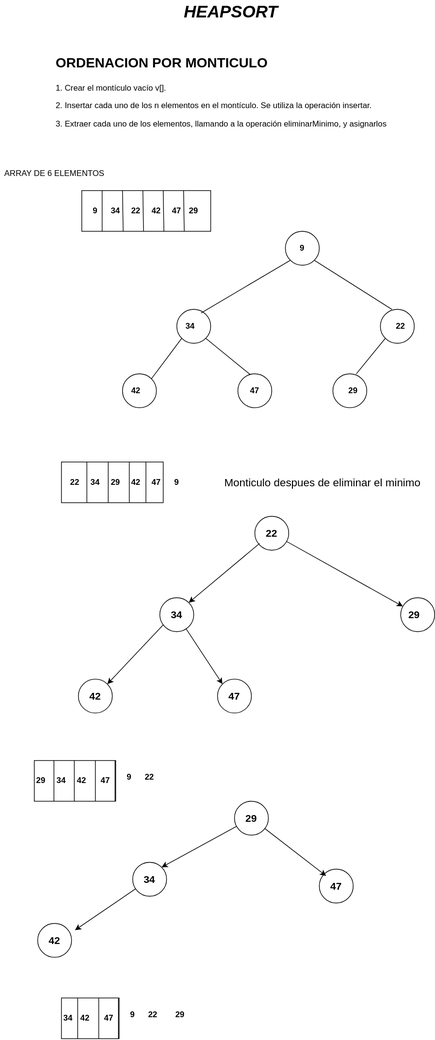
Nordcode-cyber/Algoritmos-Estructdatos keeps this draw.io diagram as Algoritmos/Heapsort/Heapsort.drawio.svg. Above is the earlier version. Source tidied: cells renumbered, new cells last; positions are measured from the earlier drawing's top-left corner, leaving out a move shared by most shapes.
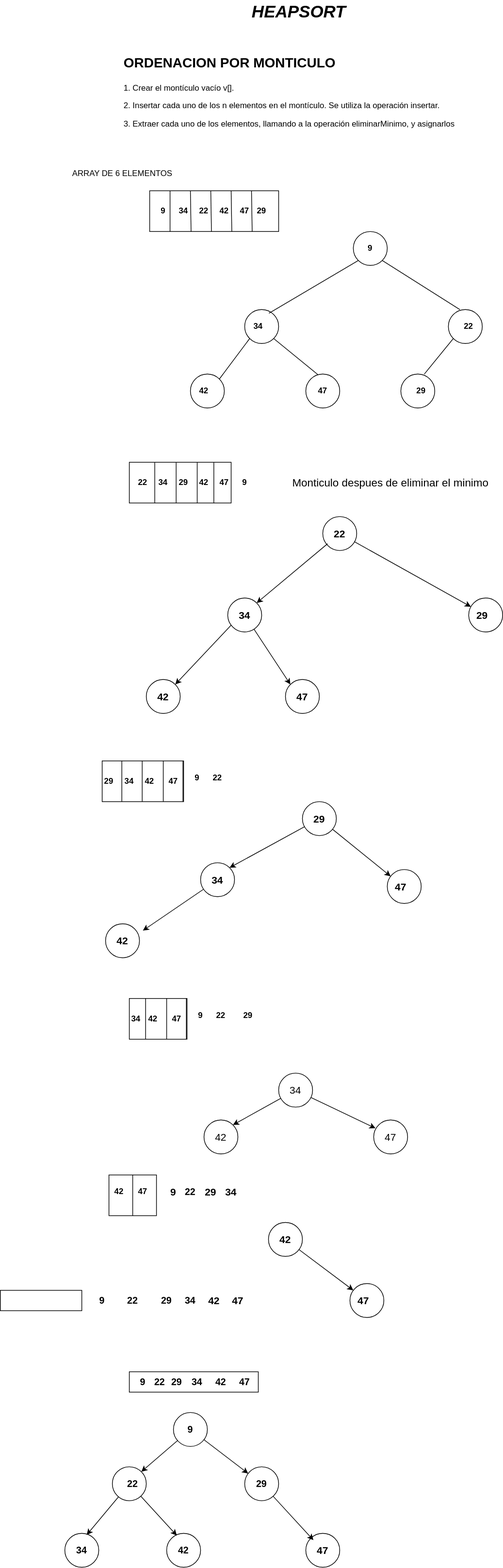
The same file after the commit.

What changed in the source:
```diff
@@ -261,7 +261,7 @@
       <mxGeometry x="470" y="1280" width="50" height="50" as="geometry" />
     </mxCell>
     <mxCell id="76" value="&lt;b&gt;&lt;font style=&quot;color: light-dark(rgb(0, 0, 0), rgb(0, 0, 255)); font-size: 15px;&quot;&gt;47&lt;/font&gt;&lt;/b&gt;" style="text;html=1;align=center;verticalAlign=middle;whiteSpace=wrap;rounded=0;" parent="1" vertex="1">
-      <mxGeometry x="465" y="1290" width="60" height="30" as="geometry" />
+      <mxGeometry x="460" y="1290" width="60" height="30" as="geometry" />
     </mxCell>
     <mxCell id="77" value="&lt;b&gt;&lt;font style=&quot;color: light-dark(rgb(0, 0, 0), rgb(0, 0, 255)); font-size: 15px;&quot;&gt;34&lt;/font&gt;&lt;/b&gt;" style="text;html=1;align=center;verticalAlign=middle;whiteSpace=wrap;rounded=0;" parent="1" vertex="1">
       <mxGeometry x="190" y="1280" width="60" height="30" as="geometry" />
@@ -317,5 +317,164 @@
     <mxCell id="91" value="&lt;b&gt;&lt;font style=&quot;color: light-dark(rgb(0, 0, 0), rgb(0, 0, 255));&quot;&gt;47&lt;/font&gt;&lt;/b&gt;" style="text;html=1;align=center;verticalAlign=middle;whiteSpace=wrap;rounded=0;" parent="1" vertex="1">
       <mxGeometry x="130" y="1485" width="60" height="30" as="geometry" />
     </mxCell>
+    <mxCell id="92" style="edgeStyle=none;html=1;entryX=1;entryY=0;entryDx=0;entryDy=0;" parent="1" edge="1" source="93" target="95">
+      <mxGeometry relative="1" as="geometry" />
+    </mxCell>
+    <mxCell id="93" style="ellipse;whiteSpace=wrap;html=1;fillColor=none;" parent="1" vertex="1">
+      <mxGeometry x="310" y="1580" width="50" height="50" as="geometry" />
+    </mxCell>
+    <mxCell id="94" style="ellipse;whiteSpace=wrap;html=1;fillColor=none;" parent="1" vertex="1">
+      <mxGeometry x="450" y="1649" width="50" height="50" as="geometry" />
+    </mxCell>
+    <mxCell id="95" style="ellipse;whiteSpace=wrap;html=1;fillColor=none;" parent="1" vertex="1">
+      <mxGeometry x="200" y="1649" width="50" height="50" as="geometry" />
+    </mxCell>
+    <mxCell id="96" value="&lt;font style=&quot;color: light-dark(rgb(0, 0, 0), rgb(0, 0, 255)); font-size: 15px;&quot;&gt;34&lt;/font&gt;" style="text;html=1;align=center;verticalAlign=middle;whiteSpace=wrap;rounded=0;" parent="1" vertex="1">
+      <mxGeometry x="305" y="1590" width="60" height="30" as="geometry" />
+    </mxCell>
+    <mxCell id="97" value="&lt;font style=&quot;font-size: 15px; color: light-dark(rgb(0, 0, 0), rgb(0, 0, 255));&quot;&gt;42&lt;/font&gt;" style="text;html=1;align=center;verticalAlign=middle;whiteSpace=wrap;rounded=0;" parent="1" vertex="1">
+      <mxGeometry x="195" y="1659" width="60" height="30" as="geometry" />
+    </mxCell>
+    <mxCell id="98" value="&lt;font style=&quot;color: light-dark(rgb(0, 0, 0), rgb(0, 0, 255)); font-size: 15px;&quot;&gt;47&lt;/font&gt;" style="text;html=1;align=center;verticalAlign=middle;whiteSpace=wrap;rounded=0;" parent="1" vertex="1">
+      <mxGeometry x="445" y="1659" width="60" height="30" as="geometry" />
+    </mxCell>
+    <mxCell id="99" style="edgeStyle=none;html=1;entryX=0.127;entryY=0.073;entryDx=0;entryDy=0;entryPerimeter=0;" parent="1" edge="1" source="93" target="98">
+      <mxGeometry relative="1" as="geometry" />
+    </mxCell>
+    <mxCell id="100" style="rounded=0;whiteSpace=wrap;html=1;fillColor=none;" parent="1" vertex="1">
+      <mxGeometry x="60" y="1730" width="70" height="60" as="geometry" />
+    </mxCell>
+    <mxCell id="101" style="endArrow=none;html=1;" parent="1" edge="1">
+      <mxGeometry relative="1" as="geometry">
+        <mxPoint x="95" y="1790" as="sourcePoint" />
+        <mxPoint x="95" y="1730" as="targetPoint" />
+      </mxGeometry>
+    </mxCell>
+    <mxCell id="102" value="&lt;b&gt;&lt;font style=&quot;color: light-dark(rgb(0, 0, 0), rgb(0, 0, 255)); font-size: 15px;&quot;&gt;29&lt;/font&gt;&lt;/b&gt;" style="text;html=1;align=center;verticalAlign=middle;whiteSpace=wrap;rounded=0;" parent="1" vertex="1">
+      <mxGeometry x="180" y="1740" width="60" height="30" as="geometry" />
+    </mxCell>
+    <mxCell id="103" value="&lt;b&gt;&lt;font style=&quot;color: light-dark(rgb(0, 0, 0), rgb(0, 0, 255)); font-size: 15px;&quot;&gt;9&lt;/font&gt;&lt;/b&gt;" style="text;html=1;align=center;verticalAlign=middle;whiteSpace=wrap;rounded=0;" parent="1" vertex="1">
+      <mxGeometry x="125" y="1740" width="60" height="30" as="geometry" />
+    </mxCell>
+    <mxCell id="104" value="&lt;b&gt;&lt;font style=&quot;color: light-dark(rgb(0, 0, 0), rgb(0, 0, 255)); font-size: 14px;&quot;&gt;22&lt;/font&gt;&lt;/b&gt;" style="text;html=1;align=center;verticalAlign=middle;whiteSpace=wrap;rounded=0;" parent="1" vertex="1">
+      <mxGeometry x="150" y="1740" width="60" height="30" as="geometry" />
+    </mxCell>
+    <mxCell id="105" value="&lt;b&gt;&lt;font style=&quot;color: light-dark(rgb(0, 0, 0), rgb(0, 0, 255)); font-size: 15px;&quot;&gt;34&lt;/font&gt;&lt;/b&gt;" style="text;html=1;align=center;verticalAlign=middle;whiteSpace=wrap;rounded=0;" parent="1" vertex="1">
+      <mxGeometry x="210" y="1740" width="60" height="30" as="geometry" />
+    </mxCell>
+    <mxCell id="106" value="&lt;b&gt;&lt;font style=&quot;color: light-dark(rgb(0, 0, 0), rgb(0, 0, 255));&quot;&gt;42&lt;/font&gt;&lt;/b&gt;" style="text;html=1;align=center;verticalAlign=middle;whiteSpace=wrap;rounded=0;" parent="1" vertex="1">
+      <mxGeometry x="45" y="1740" width="60" height="30" as="geometry" />
+    </mxCell>
+    <mxCell id="107" value="&lt;b&gt;&lt;font style=&quot;color: light-dark(rgb(0, 0, 0), rgb(0, 0, 255));&quot;&gt;47&lt;/font&gt;&lt;/b&gt;" style="text;html=1;align=center;verticalAlign=middle;whiteSpace=wrap;rounded=0;" parent="1" vertex="1">
+      <mxGeometry x="80" y="1740" width="60" height="30" as="geometry" />
+    </mxCell>
+    <mxCell id="108" style="edgeStyle=none;html=1;entryX=0.25;entryY=0;entryDx=0;entryDy=0;" parent="1" edge="1" source="109" target="112">
+      <mxGeometry relative="1" as="geometry" />
+    </mxCell>
+    <mxCell id="109" style="ellipse;whiteSpace=wrap;html=1;fillColor=none;" parent="1" vertex="1">
+      <mxGeometry x="295" y="1800" width="50" height="50" as="geometry" />
+    </mxCell>
+    <mxCell id="110" style="ellipse;whiteSpace=wrap;html=1;fillColor=none;" parent="1" vertex="1">
+      <mxGeometry x="415" y="1890" width="50" height="50" as="geometry" />
+    </mxCell>
+    <mxCell id="111" value="&lt;b&gt;&lt;font style=&quot;color: light-dark(rgb(0, 0, 0), rgb(0, 0, 255)); font-size: 15px;&quot;&gt;42&lt;/font&gt;&lt;/b&gt;" style="text;html=1;align=center;verticalAlign=middle;whiteSpace=wrap;rounded=0;" parent="1" vertex="1">
+      <mxGeometry x="290" y="1810" width="60" height="30" as="geometry" />
+    </mxCell>
+    <mxCell id="112" value="&lt;b&gt;&lt;font style=&quot;color: light-dark(rgb(0, 0, 0), rgb(0, 0, 255)); font-size: 15px;&quot;&gt;47&lt;/font&gt;&lt;/b&gt;" style="text;html=1;align=center;verticalAlign=middle;whiteSpace=wrap;rounded=0;" parent="1" vertex="1">
+      <mxGeometry x="405" y="1900" width="60" height="30" as="geometry" />
+    </mxCell>
+    <mxCell id="113" value="&lt;b&gt;&lt;font style=&quot;color: light-dark(rgb(0, 0, 0), rgb(0, 0, 255)); font-size: 15px;&quot;&gt;42&lt;/font&gt;&lt;/b&gt;" style="text;html=1;align=center;verticalAlign=middle;whiteSpace=wrap;rounded=0;" parent="1" vertex="1">
+      <mxGeometry x="185" y="1900" width="60" height="30" as="geometry" />
+    </mxCell>
+    <mxCell id="114" value="&lt;b&gt;&lt;font style=&quot;color: light-dark(rgb(0, 0, 0), rgb(0, 0, 255)); font-size: 15px;&quot;&gt;47&lt;/font&gt;&lt;/b&gt;" style="text;html=1;align=center;verticalAlign=middle;whiteSpace=wrap;rounded=0;" parent="1" vertex="1">
+      <mxGeometry x="220" y="1900" width="60" height="30" as="geometry" />
+    </mxCell>
+    <mxCell id="115" value="&lt;b&gt;&lt;font style=&quot;color: light-dark(rgb(0, 0, 0), rgb(0, 0, 255)); font-size: 14px;&quot;&gt;34&lt;/font&gt;&lt;/b&gt;" style="text;html=1;align=center;verticalAlign=middle;whiteSpace=wrap;rounded=0;" parent="1" vertex="1">
+      <mxGeometry x="150" y="1900" width="60" height="30" as="geometry" />
+    </mxCell>
+    <mxCell id="116" value="&lt;b&gt;&lt;font style=&quot;color: light-dark(rgb(0, 0, 0), rgb(0, 0, 255)); font-size: 14px;&quot;&gt;29&lt;/font&gt;&lt;/b&gt;" style="text;html=1;align=center;verticalAlign=middle;whiteSpace=wrap;rounded=0;" parent="1" vertex="1">
+      <mxGeometry x="115" y="1900" width="60" height="30" as="geometry" />
+    </mxCell>
+    <mxCell id="117" value="&lt;b&gt;&lt;font style=&quot;color: light-dark(rgb(0, 0, 0), rgb(0, 0, 255)); font-size: 14px;&quot;&gt;22&lt;/font&gt;&lt;/b&gt;" style="text;html=1;align=center;verticalAlign=middle;whiteSpace=wrap;rounded=0;" parent="1" vertex="1">
+      <mxGeometry x="65" y="1900" width="60" height="30" as="geometry" />
+    </mxCell>
+    <mxCell id="118" value="&lt;b&gt;&lt;font style=&quot;color: light-dark(rgb(0, 0, 0), rgb(0, 0, 255)); font-size: 14px;&quot;&gt;9&lt;/font&gt;&lt;/b&gt;" style="text;html=1;align=center;verticalAlign=middle;whiteSpace=wrap;rounded=0;" parent="1" vertex="1">
+      <mxGeometry x="20" y="1900" width="60" height="30" as="geometry" />
+    </mxCell>
+    <mxCell id="119" style="rounded=0;whiteSpace=wrap;html=1;fillColor=none;" parent="1" vertex="1">
+      <mxGeometry x="-100" y="1900" width="120" height="30" as="geometry" />
+    </mxCell>
+    <mxCell id="120" style="rounded=0;whiteSpace=wrap;html=1;fillColor=none;" parent="1" vertex="1">
+      <mxGeometry x="90" y="2020" width="190" height="30" as="geometry" />
+    </mxCell>
+    <mxCell id="121" value="&lt;b&gt;&lt;font style=&quot;color: light-dark(rgb(0, 0, 0), rgb(0, 0, 255)); font-size: 14px;&quot;&gt;9&lt;/font&gt;&lt;/b&gt;" style="text;html=1;align=center;verticalAlign=middle;whiteSpace=wrap;rounded=0;" parent="1" vertex="1">
+      <mxGeometry x="80" y="2020" width="60" height="30" as="geometry" />
+    </mxCell>
+    <mxCell id="122" value="&lt;b&gt;&lt;font style=&quot;color: light-dark(rgb(0, 0, 0), rgb(0, 0, 255)); font-size: 14px;&quot;&gt;22&lt;/font&gt;&lt;/b&gt;" style="text;html=1;align=center;verticalAlign=middle;whiteSpace=wrap;rounded=0;" parent="1" vertex="1">
+      <mxGeometry x="105" y="2020" width="60" height="30" as="geometry" />
+    </mxCell>
+    <mxCell id="123" value="&lt;b&gt;&lt;font style=&quot;color: light-dark(rgb(0, 0, 0), rgb(0, 0, 255)); font-size: 14px;&quot;&gt;29&lt;/font&gt;&lt;/b&gt;" style="text;html=1;align=center;verticalAlign=middle;whiteSpace=wrap;rounded=0;" parent="1" vertex="1">
+      <mxGeometry x="130" y="2020" width="60" height="30" as="geometry" />
+    </mxCell>
+    <mxCell id="124" value="&lt;b&gt;&lt;font style=&quot;color: light-dark(rgb(0, 0, 0), rgb(0, 0, 255)); font-size: 14px;&quot;&gt;34&lt;/font&gt;&lt;/b&gt;" style="text;html=1;align=center;verticalAlign=middle;whiteSpace=wrap;rounded=0;" parent="1" vertex="1">
+      <mxGeometry x="160" y="2020" width="60" height="30" as="geometry" />
+    </mxCell>
+    <mxCell id="125" value="&lt;b&gt;&lt;font style=&quot;color: light-dark(rgb(0, 0, 0), rgb(0, 0, 255)); font-size: 14px;&quot;&gt;42&lt;/font&gt;&lt;/b&gt;" style="text;html=1;align=center;verticalAlign=middle;whiteSpace=wrap;rounded=0;" parent="1" vertex="1">
+      <mxGeometry x="195" y="2020" width="60" height="30" as="geometry" />
+    </mxCell>
+    <mxCell id="126" value="&lt;b&gt;&lt;font style=&quot;color: light-dark(rgb(0, 0, 0), rgb(0, 0, 255)); font-size: 14px;&quot;&gt;47&lt;/font&gt;&lt;/b&gt;" style="text;html=1;align=center;verticalAlign=middle;whiteSpace=wrap;rounded=0;" parent="1" vertex="1">
+      <mxGeometry x="230" y="2020" width="60" height="30" as="geometry" />
+    </mxCell>
+    <mxCell id="127" style="edgeStyle=none;html=1;entryX=1;entryY=0;entryDx=0;entryDy=0;" parent="1" edge="1" source="129" target="130">
+      <mxGeometry relative="1" as="geometry" />
+    </mxCell>
+    <mxCell id="128" style="edgeStyle=none;html=1;" parent="1" edge="1" source="129" target="132">
+      <mxGeometry relative="1" as="geometry" />
+    </mxCell>
+    <mxCell id="129" style="ellipse;whiteSpace=wrap;html=1;fillColor=none;" parent="1" vertex="1">
+      <mxGeometry x="155" y="2080" width="50" height="50" as="geometry" />
+    </mxCell>
+    <mxCell id="130" style="ellipse;whiteSpace=wrap;html=1;fillColor=none;" parent="1" vertex="1">
+      <mxGeometry x="65" y="2160" width="50" height="50" as="geometry" />
+    </mxCell>
+    <mxCell id="131" style="edgeStyle=none;html=1;" parent="1" edge="1" source="132" target="141">
+      <mxGeometry relative="1" as="geometry" />
+    </mxCell>
+    <mxCell id="132" style="ellipse;whiteSpace=wrap;html=1;fillColor=none;" parent="1" vertex="1">
+      <mxGeometry x="260" y="2160" width="50" height="50" as="geometry" />
+    </mxCell>
+    <mxCell id="133" style="ellipse;whiteSpace=wrap;html=1;fillColor=none;" parent="1" vertex="1">
+      <mxGeometry x="-5" y="2258" width="50" height="50" as="geometry" />
+    </mxCell>
+    <mxCell id="134" style="ellipse;whiteSpace=wrap;html=1;fillColor=none;" parent="1" vertex="1">
+      <mxGeometry x="145" y="2258" width="50" height="50" as="geometry" />
+    </mxCell>
+    <mxCell id="135" value="&lt;b&gt;&lt;font style=&quot;color: light-dark(rgb(0, 0, 0), rgb(0, 0, 255)); font-size: 14px;&quot;&gt;9&lt;/font&gt;&lt;/b&gt;" style="text;html=1;align=center;verticalAlign=middle;whiteSpace=wrap;rounded=0;" parent="1" vertex="1">
+      <mxGeometry x="150" y="2090" width="60" height="30" as="geometry" />
+    </mxCell>
+    <mxCell id="136" value="&lt;b&gt;&lt;font style=&quot;color: light-dark(rgb(0, 0, 0), rgb(0, 0, 255)); font-size: 14px;&quot;&gt;22&lt;/font&gt;&lt;/b&gt;" style="text;html=1;align=center;verticalAlign=middle;whiteSpace=wrap;rounded=0;" parent="1" vertex="1">
+      <mxGeometry x="65" y="2170" width="60" height="30" as="geometry" />
+    </mxCell>
+    <mxCell id="137" value="&lt;b&gt;&lt;font style=&quot;color: light-dark(rgb(0, 0, 0), rgb(0, 0, 255)); font-size: 14px;&quot;&gt;29&lt;/font&gt;&lt;/b&gt;" style="text;html=1;align=center;verticalAlign=middle;whiteSpace=wrap;rounded=0;" parent="1" vertex="1">
+      <mxGeometry x="255" y="2170" width="60" height="30" as="geometry" />
+    </mxCell>
+    <mxCell id="138" value="&lt;b&gt;&lt;font style=&quot;color: light-dark(rgb(0, 0, 0), rgb(0, 0, 255)); font-size: 14px;&quot;&gt;34&lt;/font&gt;&lt;/b&gt;" style="text;html=1;align=center;verticalAlign=middle;whiteSpace=wrap;rounded=0;" parent="1" vertex="1">
+      <mxGeometry x="-10" y="2268" width="60" height="30" as="geometry" />
+    </mxCell>
+    <mxCell id="139" value="&lt;b&gt;&lt;font style=&quot;color: light-dark(rgb(0, 0, 0), rgb(0, 0, 255)); font-size: 14px;&quot;&gt;42&lt;/font&gt;&lt;/b&gt;" style="text;html=1;align=center;verticalAlign=middle;whiteSpace=wrap;rounded=0;" parent="1" vertex="1">
+      <mxGeometry x="140" y="2268" width="60" height="30" as="geometry" />
+    </mxCell>
+    <mxCell id="140" style="ellipse;whiteSpace=wrap;html=1;fillColor=none;" parent="1" vertex="1">
+      <mxGeometry x="350" y="2258" width="50" height="50" as="geometry" />
+    </mxCell>
+    <mxCell id="141" value="&lt;b&gt;&lt;font style=&quot;color: light-dark(rgb(0, 0, 0), rgb(0, 0, 255)); font-size: 15px;&quot;&gt;47&lt;/font&gt;&lt;/b&gt;" style="text;html=1;align=center;verticalAlign=middle;whiteSpace=wrap;rounded=0;" parent="1" vertex="1">
+      <mxGeometry x="345" y="2268" width="60" height="30" as="geometry" />
+    </mxCell>
+    <mxCell id="142" style="edgeStyle=none;html=1;entryX=0.644;entryY=0.048;entryDx=0;entryDy=0;entryPerimeter=0;" parent="1" edge="1" source="130" target="133">
+      <mxGeometry relative="1" as="geometry" />
+    </mxCell>
+    <mxCell id="143" style="edgeStyle=none;html=1;entryX=0.3;entryY=0.064;entryDx=0;entryDy=0;entryPerimeter=0;" parent="1" edge="1" source="130" target="134">
+      <mxGeometry relative="1" as="geometry" />
+    </mxCell>
   </root>
 </mxGraphModel>
```
